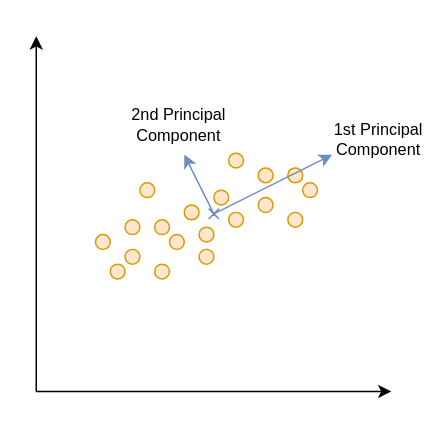
This is figures/implementation/pca/pca.drawio from oierlauzi/tfm-muit, a draw.io file, before an edit. Source tidied: cells renumbered, new cells numbered last; positions are measured from the earlier drawing's top-left corner, leaving out a move shared by most shapes. Both pictures are drawn from the tidied source at 148%, with x=0, y=0 at pixel (36, 36).
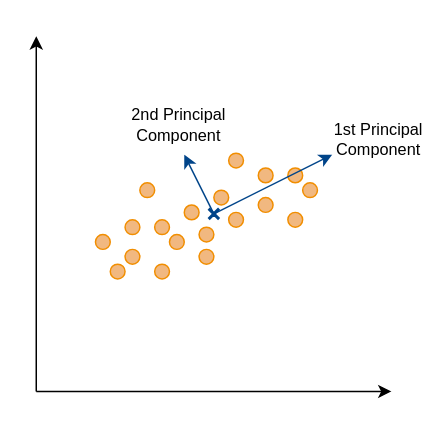
The same page after the edit.

Change to the diagram source:
```diff
@@
-    <mxCell id="4" style="ellipse;whiteSpace=wrap;html=1;fillColor=#ffe6cc;strokeColor=#d79b00;" parent="1" vertex="1">
+    <mxCell id="4" style="ellipse;whiteSpace=wrap;html=1;fillColor=#F1B880;strokeColor=#f18e00;" parent="1" vertex="1">
       <mxGeometry x="40" y="134" width="10" height="10" as="geometry" />
     </mxCell>
-    <mxCell id="5" style="ellipse;whiteSpace=wrap;html=1;fillColor=#ffe6cc;strokeColor=#d79b00;" parent="1" vertex="1">
+    <mxCell id="5" style="ellipse;whiteSpace=wrap;html=1;fillColor=#F1B880;strokeColor=#f18e00;" parent="1" vertex="1">
       <mxGeometry x="70" y="99" width="10" height="10" as="geometry" />
     </mxCell>
-    <mxCell id="6" style="ellipse;whiteSpace=wrap;html=1;fillColor=#ffe6cc;strokeColor=#d79b00;" parent="1" vertex="1">
+    <mxCell id="6" style="ellipse;whiteSpace=wrap;html=1;fillColor=#F1B880;strokeColor=#f18e00;" parent="1" vertex="1">
       <mxGeometry x="60" y="144" width="10" height="10" as="geometry" />
     </mxCell>
-    <mxCell id="7" style="ellipse;whiteSpace=wrap;html=1;fillColor=#ffe6cc;strokeColor=#d79b00;" parent="1" vertex="1">
+    <mxCell id="7" style="ellipse;whiteSpace=wrap;html=1;fillColor=#F1B880;strokeColor=#f18e00;" parent="1" vertex="1">
       <mxGeometry x="80" y="124" width="10" height="10" as="geometry" />
     </mxCell>
-    <mxCell id="8" style="ellipse;whiteSpace=wrap;html=1;fillColor=#ffe6cc;strokeColor=#d79b00;" parent="1" vertex="1">
+    <mxCell id="8" style="ellipse;whiteSpace=wrap;html=1;fillColor=#F1B880;strokeColor=#f18e00;" parent="1" vertex="1">
       <mxGeometry x="90" y="134" width="10" height="10" as="geometry" />
     </mxCell>
-    <mxCell id="9" style="ellipse;whiteSpace=wrap;html=1;fillColor=#ffe6cc;strokeColor=#d79b00;" parent="1" vertex="1">
+    <mxCell id="9" style="ellipse;whiteSpace=wrap;html=1;fillColor=#F1B880;strokeColor=#f18e00;" parent="1" vertex="1">
       <mxGeometry x="100" y="114" width="10" height="10" as="geometry" />
     </mxCell>
-    <mxCell id="10" style="ellipse;whiteSpace=wrap;html=1;fillColor=#ffe6cc;strokeColor=#d79b00;" parent="1" vertex="1">
+    <mxCell id="10" style="ellipse;whiteSpace=wrap;html=1;fillColor=#F1B880;strokeColor=#f18e00;" parent="1" vertex="1">
       <mxGeometry x="80" y="154" width="10" height="10" as="geometry" />
     </mxCell>
-    <mxCell id="11" style="ellipse;whiteSpace=wrap;html=1;fillColor=#ffe6cc;strokeColor=#d79b00;" parent="1" vertex="1">
+    <mxCell id="11" style="ellipse;whiteSpace=wrap;html=1;fillColor=#F1B880;strokeColor=#f18e00;" parent="1" vertex="1">
       <mxGeometry x="110" y="144" width="10" height="10" as="geometry" />
     </mxCell>
-    <mxCell id="12" style="ellipse;whiteSpace=wrap;html=1;fillColor=#ffe6cc;strokeColor=#d79b00;" parent="1" vertex="1">
+    <mxCell id="12" style="ellipse;whiteSpace=wrap;html=1;fillColor=#F1B880;strokeColor=#f18e00;" parent="1" vertex="1">
       <mxGeometry x="110" y="129" width="10" height="10" as="geometry" />
     </mxCell>
-    <mxCell id="13" style="ellipse;whiteSpace=wrap;html=1;fillColor=#ffe6cc;strokeColor=#d79b00;" parent="1" vertex="1">
+    <mxCell id="13" style="ellipse;whiteSpace=wrap;html=1;fillColor=#F1B880;strokeColor=#f18e00;" parent="1" vertex="1">
       <mxGeometry x="120" y="104" width="10" height="10" as="geometry" />
     </mxCell>
-    <mxCell id="14" style="ellipse;whiteSpace=wrap;html=1;fillColor=#ffe6cc;strokeColor=#d79b00;" parent="1" vertex="1">
+    <mxCell id="14" style="ellipse;whiteSpace=wrap;html=1;fillColor=#F1B880;strokeColor=#f18e00;" parent="1" vertex="1">
       <mxGeometry x="60" y="124" width="10" height="10" as="geometry" />
     </mxCell>
-    <mxCell id="15" style="ellipse;whiteSpace=wrap;html=1;fillColor=#ffe6cc;strokeColor=#d79b00;" parent="1" vertex="1">
+    <mxCell id="15" style="ellipse;whiteSpace=wrap;html=1;fillColor=#F1B880;strokeColor=#f18e00;" parent="1" vertex="1">
       <mxGeometry x="130" y="119" width="10" height="10" as="geometry" />
     </mxCell>
-    <mxCell id="16" style="ellipse;whiteSpace=wrap;html=1;fillColor=#ffe6cc;strokeColor=#d79b00;" parent="1" vertex="1">
+    <mxCell id="16" style="ellipse;whiteSpace=wrap;html=1;fillColor=#F1B880;strokeColor=#f18e00;" parent="1" vertex="1">
       <mxGeometry x="150" y="109" width="10" height="10" as="geometry" />
     </mxCell>
-    <mxCell id="17" style="ellipse;whiteSpace=wrap;html=1;fillColor=#ffe6cc;strokeColor=#d79b00;" parent="1" vertex="1">
+    <mxCell id="17" style="ellipse;whiteSpace=wrap;html=1;fillColor=#F1B880;strokeColor=#f18e00;" parent="1" vertex="1">
       <mxGeometry x="170" y="89" width="10" height="10" as="geometry" />
     </mxCell>
-    <mxCell id="18" style="ellipse;whiteSpace=wrap;html=1;fillColor=#ffe6cc;strokeColor=#d79b00;" parent="1" vertex="1">
+    <mxCell id="18" style="ellipse;whiteSpace=wrap;html=1;fillColor=#F1B880;strokeColor=#f18e00;" parent="1" vertex="1">
       <mxGeometry x="180" y="99" width="10" height="10" as="geometry" />
     </mxCell>
-    <mxCell id="19" style="ellipse;whiteSpace=wrap;html=1;fillColor=#ffe6cc;strokeColor=#d79b00;" parent="1" vertex="1">
+    <mxCell id="19" style="ellipse;whiteSpace=wrap;html=1;fillColor=#F1B880;strokeColor=#f18e00;" parent="1" vertex="1">
       <mxGeometry x="130" y="79" width="10" height="10" as="geometry" />
     </mxCell>
-    <mxCell id="20" style="ellipse;whiteSpace=wrap;html=1;fillColor=#ffe6cc;strokeColor=#d79b00;" parent="1" vertex="1">
+    <mxCell id="20" style="ellipse;whiteSpace=wrap;html=1;fillColor=#F1B880;strokeColor=#f18e00;" parent="1" vertex="1">
       <mxGeometry x="170" y="119" width="10" height="10" as="geometry" />
     </mxCell>
-    <mxCell id="21" style="ellipse;whiteSpace=wrap;html=1;fillColor=#ffe6cc;strokeColor=#d79b00;" parent="1" vertex="1">
+    <mxCell id="21" style="ellipse;whiteSpace=wrap;html=1;fillColor=#F1B880;strokeColor=#f18e00;" parent="1" vertex="1">
       <mxGeometry x="50" y="154" width="10" height="10" as="geometry" />
     </mxCell>
-    <mxCell id="22" style="ellipse;whiteSpace=wrap;html=1;fillColor=#ffe6cc;strokeColor=#d79b00;" parent="1" vertex="1">
+    <mxCell id="22" style="ellipse;whiteSpace=wrap;html=1;fillColor=#F1B880;strokeColor=#f18e00;" parent="1" vertex="1">
       <mxGeometry x="150" y="89" width="10" height="10" as="geometry" />
     </mxCell>
-    <mxCell id="23" style="rounded=0;jettySize=auto;html=1;exitX=0;exitY=0;exitDx=5;exitDy=5;exitPerimeter=0;fillColor=#dae8fc;strokeColor=#6c8ebf;" parent="1" edge="1" source="25">
+    <mxCell id="23" style="rounded=0;jettySize=auto;html=1;exitX=0;exitY=0;exitDx=5;exitDy=5;exitPerimeter=0;fillColor=#50A1F2;strokeColor=#004489;" parent="1" edge="1" source="25">
       <mxGeometry relative="1" as="geometry">
         <mxPoint x="200" y="80" as="targetPoint" />
       </mxGeometry>
     </mxCell>
@@
-    <mxCell id="25" style="shape=cross;whiteSpace=wrap;html=1;size=0;rotation=45;fillColor=#dae8fc;strokeColor=#6c8ebf;" parent="1" vertex="1">
+    <mxCell id="25" style="shape=cross;whiteSpace=wrap;html=1;size=0;rotation=45;fillColor=#50A1F2;strokeColor=#004489;strokeWidth=2;" parent="1" vertex="1">
       <mxGeometry x="115" y="115" width="10" height="10" as="geometry" />
     </mxCell>
-    <mxCell id="26" style="rounded=0;jettySize=auto;html=1;exitX=0;exitY=0;exitDx=5;exitDy=5;exitPerimeter=0;fillColor=#dae8fc;strokeColor=#6c8ebf;" parent="1" edge="1" source="25">
+    <mxCell id="26" style="rounded=0;jettySize=auto;html=1;exitX=0;exitY=0;exitDx=5;exitDy=5;exitPerimeter=0;fillColor=#50A1F2;strokeColor=#004489;" parent="1" edge="1" source="25">
       <mxGeometry relative="1" as="geometry">
         <mxPoint x="100" y="80" as="targetPoint" />
       </mxGeometry>
     </mxCell>
```
